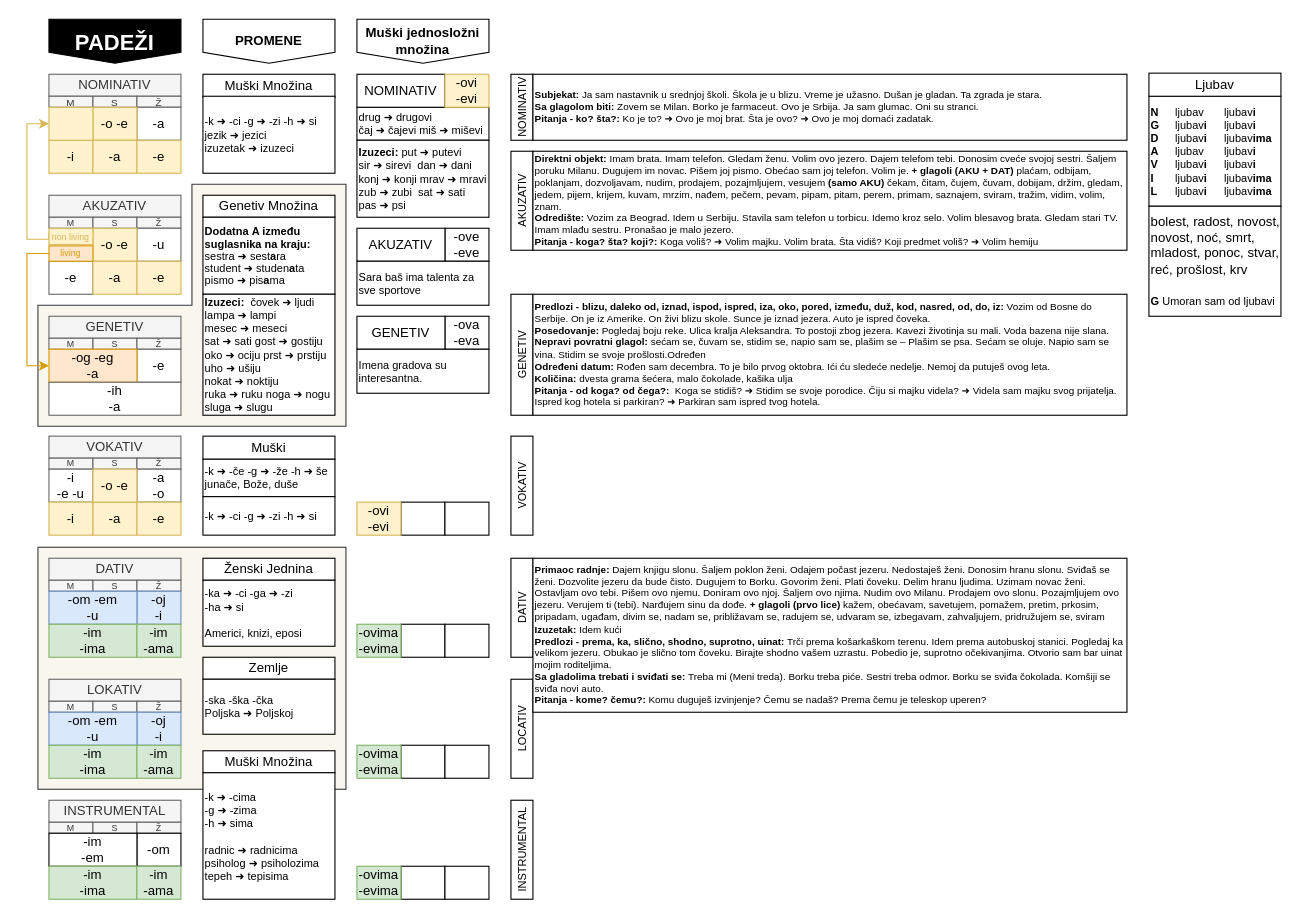
This is padezi.drawio from vlandivir/srpski, a draw.io file, before an edit. Source tidied: cells renumbered, new cells numbered last; positions are measured from the earlier drawing's top-left corner, leaving out a move shared by most shapes. Both pictures are drawn from the tidied source at 110%, with x=0, y=0 at pixel (26, 19).
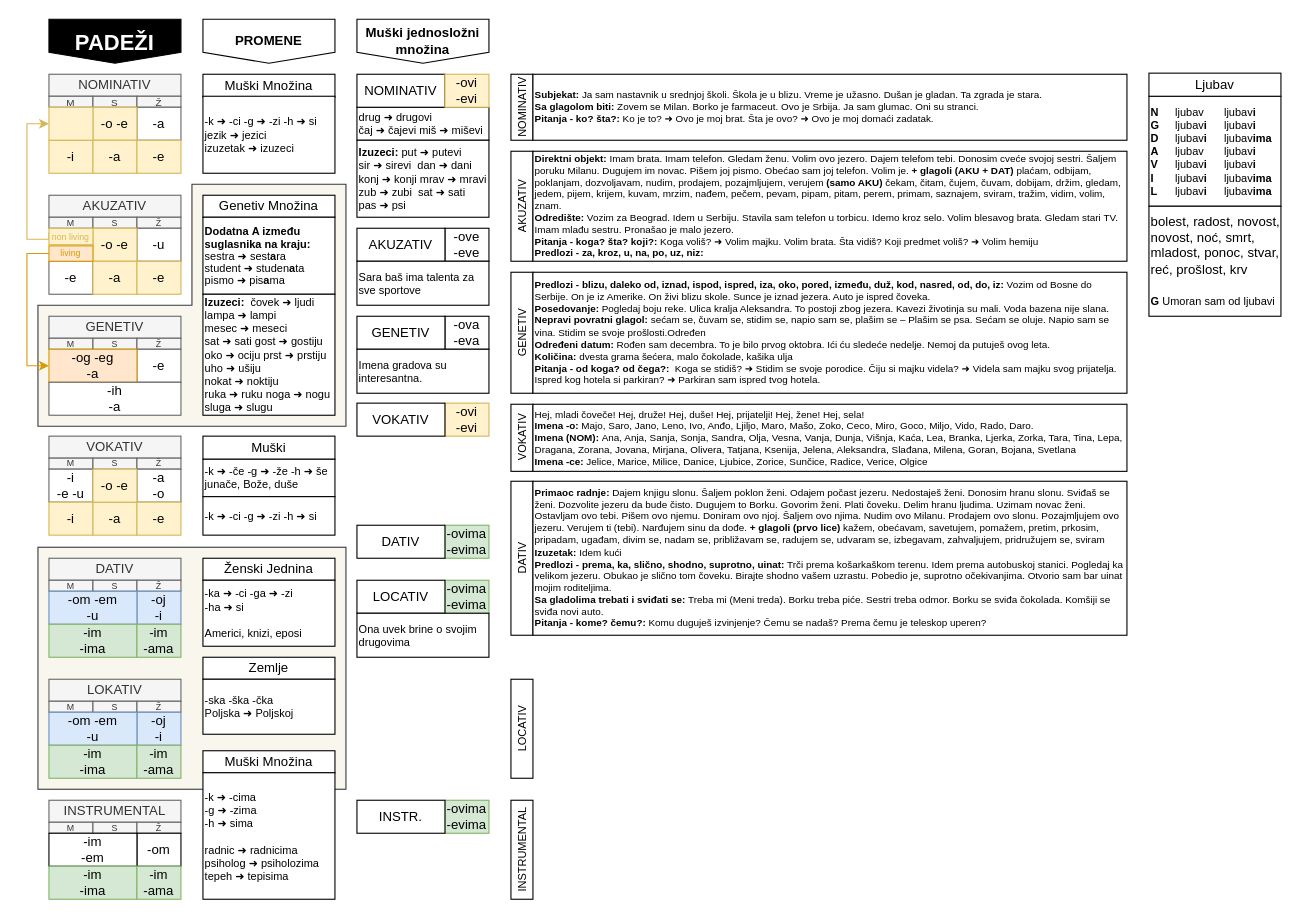
The same diagram, later.

Diff of the diagram source:
```diff
@@
-    <mxCell id="73" style="rounded=0;whiteSpace=wrap;html=1;" parent="1" vertex="1">
-      <mxGeometry x="340" y="439" width="40" height="30" as="geometry" />
-    </mxCell>
-    <mxCell id="74" style="rounded=0;whiteSpace=wrap;html=1;" parent="1" vertex="1">
-      <mxGeometry x="380" y="439" width="40" height="30" as="geometry" />
-    </mxCell>
-    <mxCell id="75" style="rounded=0;whiteSpace=wrap;html=1;" parent="1" vertex="1">
-      <mxGeometry x="340" y="550" width="40" height="30" as="geometry" />
-    </mxCell>
-    <mxCell id="76" style="rounded=0;whiteSpace=wrap;html=1;" parent="1" vertex="1">
-      <mxGeometry x="380" y="550" width="40" height="30" as="geometry" />
-    </mxCell>
-    <mxCell id="77" style="rounded=0;whiteSpace=wrap;html=1;" parent="1" vertex="1">
-      <mxGeometry x="340" y="660" width="40" height="30" as="geometry" />
-    </mxCell>
-    <mxCell id="78" style="rounded=0;whiteSpace=wrap;html=1;" parent="1" vertex="1">
-      <mxGeometry x="380" y="660" width="40" height="30" as="geometry" />
-    </mxCell>
-    <mxCell id="79" style="rounded=0;whiteSpace=wrap;html=1;" parent="1" vertex="1">
-      <mxGeometry x="340" y="770" width="40" height="30" as="geometry" />
-    </mxCell>
-    <mxCell id="80" style="rounded=0;whiteSpace=wrap;html=1;" parent="1" vertex="1">
-      <mxGeometry x="380" y="770" width="40" height="30" as="geometry" />
-    </mxCell>
     <mxCell id="81" value="-ovima&lt;br&gt;-evima" style="rounded=0;whiteSpace=wrap;html=1;fillColor=#d5e8d4;strokeColor=#82b366;" parent="1" vertex="1">
-      <mxGeometry x="300" y="550" width="40" height="30" as="geometry" />
+      <mxGeometry x="380" y="460" width="40" height="30" as="geometry" />
     </mxCell>
     <mxCell id="82" value="-ovima&lt;br&gt;-evima" style="rounded=0;whiteSpace=wrap;html=1;fillColor=#d5e8d4;strokeColor=#82b366;" parent="1" vertex="1">
-      <mxGeometry x="300" y="660" width="40" height="30" as="geometry" />
+      <mxGeometry x="380" y="510" width="40" height="30" as="geometry" />
     </mxCell>
     <mxCell id="83" value="-ovima&lt;br&gt;-evima" style="rounded=0;whiteSpace=wrap;html=1;fillColor=#d5e8d4;strokeColor=#82b366;" parent="1" vertex="1">
-      <mxGeometry x="300" y="770" width="40" height="30" as="geometry" />
+      <mxGeometry x="380" y="710" width="40" height="30" as="geometry" />
     </mxCell>
     <mxCell id="84" value="-ovi&lt;br&gt;-evi" style="rounded=0;whiteSpace=wrap;html=1;fillColor=#fff2cc;strokeColor=#d6b656;" parent="1" vertex="1">
-      <mxGeometry x="300" y="439" width="40" height="30" as="geometry" />
+      <mxGeometry x="380" y="349" width="40" height="30" as="geometry" />
     </mxCell>
@@
     <mxCell id="104" value="AKUZATIV" style="rounded=0;whiteSpace=wrap;html=1;fontSize=10;horizontal=0;" parent="1" vertex="1">
-      <mxGeometry x="440" y="120" width="20" height="90" as="geometry" />
+      <mxGeometry x="440" y="120" width="20" height="100" as="geometry" />
     </mxCell>
     <mxCell id="105" value="GENETIV" style="rounded=0;whiteSpace=wrap;html=1;fontSize=10;horizontal=0;" parent="1" vertex="1">
-      <mxGeometry x="440" y="250" width="20" height="110" as="geometry" />
+      <mxGeometry x="440" y="230" width="20" height="110" as="geometry" />
     </mxCell>
     <mxCell id="106" value="VOKATIV" style="rounded=0;whiteSpace=wrap;html=1;fontSize=10;horizontal=0;" parent="1" vertex="1">
-      <mxGeometry x="440" y="379" width="20" height="90" as="geometry" />
+      <mxGeometry x="440" y="350" width="20" height="61" as="geometry" />
     </mxCell>
     <mxCell id="107" value="DATIV" style="rounded=0;whiteSpace=wrap;html=1;fontSize=10;horizontal=0;" parent="1" vertex="1">
-      <mxGeometry x="440" y="490" width="20" height="90" as="geometry" />
+      <mxGeometry x="440" y="420" width="20" height="140" as="geometry" />
     </mxCell>
@@
     <mxCell id="114" value="&lt;b style=&quot;font-size: 9px;&quot;&gt;Predlozi -&amp;nbsp;&lt;/b&gt;&lt;b&gt;blizu, daleko od, iznad, ispod, ispred, iza, oko, pored, između, duž, kod, nasred, od, do, iz:&lt;/b&gt;&amp;nbsp;Vozim od Bosne do Serbije. On je iz Amerike. On živi blizu skole. Sunce je iznad jezera. Auto je ispred čoveka.&amp;nbsp;&lt;br style=&quot;font-size: 9px;&quot;&gt;&lt;b style=&quot;font-size: 9px;&quot;&gt;Posedovanje: &lt;/b&gt;Pogledaj boju reke. Ulica kralja Aleksandra. To postoji zbog jezera. Kavezi životinja su mali. Voda bazena nije slana.&lt;br style=&quot;font-size: 9px;&quot;&gt;&lt;b style=&quot;font-size: 9px;&quot;&gt;Nepravi povratni glagol: &lt;/b&gt;sećam se, čuvam se, stidim se, napio sam se, plašim se – Plašim se psa. Sećam se oluje. Napio sam se vina. Stidim se svoje prošlosti.Određen&lt;br style=&quot;font-size: 9px;&quot;&gt;&lt;b style=&quot;font-size: 9px;&quot;&gt;Određeni&lt;/b&gt;&amp;nbsp;&lt;b style=&quot;font-size: 9px;&quot;&gt;datum: &lt;/b&gt;Ro&lt;span style=&quot;border-color: var(--border-color); font-size: 9px;&quot;&gt;đen sam decembra. To je bilo prvog oktobra. Ići ću sledeće nedelje. Nemoj da putuješ ovog leta.&lt;br style=&quot;font-size: 9px;&quot;&gt;&lt;/span&gt;&lt;b style=&quot;font-size: 9px;&quot;&gt;Količina:&lt;/b&gt; dvesta grama šećera, malo čokolade, kašika ulja&lt;br style=&quot;font-size: 9px;&quot;&gt;&lt;b style=&quot;font-size: 9px;&quot;&gt;Pitanja - od koga? od čega?:&amp;nbsp; &lt;/b&gt;Koga se stidiš? ➜ Stidim se svoje porodice. Čiju si majku videla? ➜ Videla sam majku svog prijatelja. Ispred kog hotela si parkiran? ➜ Parkiran sam ispred tvog hotela." style="rounded=0;whiteSpace=wrap;html=1;align=left;fontSize=9;" parent="1" vertex="1">
-      <mxGeometry x="460" y="250" width="540" height="110" as="geometry" />
+      <mxGeometry x="460" y="230" width="540" height="110" as="geometry" />
     </mxCell>
@@
     <mxCell id="118" value="&lt;b style=&quot;font-size: 9px;&quot;&gt;Primaoc radnje:&lt;/b&gt;&amp;nbsp;Dajem knjigu slonu. Šaljem poklon ženi. Odajem počast jezeru. Nedostaješ ženi. Donosim hranu slonu. Sviđaš se ženi. Dozvolite jezeru da bude čisto. Dugujem to Borku. Govorim ženi. Plati čoveku. Delim hranu ljudima. Uzimam novac ženi. Ostavljam ovo tebi. Pišem ovo njemu. Doniram ovo njoj. Šaljem ovo njima. Nudim ovo Milanu. Prodajem ovo slonu. Pozajmljujem ovo jezeru. Verujem ti (tebi). Narđujem sinu da dođe. &lt;b&gt;+ glagoli (prvo lice) &lt;/b&gt;kažem, obećavam,&amp;nbsp;savetujem, pomažem, pretim, prkosim, pripadam, ugađam, divim se, nadam se, približavam se, radujem se, udvaram se, izbegavam, zahvaljujem, pridružujem se, sviram&lt;br&gt;&lt;b&gt;Izuzetak: &lt;/b&gt;Idem kući&lt;br&gt;&lt;b&gt;Predlozi -&amp;nbsp;&lt;/b&gt;&lt;b style=&quot;border-color: var(--border-color);&quot;&gt;prema, ka, slično, shodno, suprotno, uinat&lt;/b&gt;&lt;b&gt;: &lt;/b&gt;Trči prema košarkaškom terenu. Idem prema autobuskoj stanici. Pogledaj ka velikom jezeru. Obukao je slično tom čoveku. Birajte shodno vašem uzrastu. Pobedio je, suprotno očekivanjima. Otvorio sam bar uinat mojim roditeljima.&lt;br&gt;&lt;b&gt;Sa gladolima trebati i sviđati se: &lt;/b&gt;Treba mi (Meni treda). Borku treba piće. Sestri treba odmor. Borku se sviđa čokolada. Komšiji se sviđa novi auto.&lt;div&gt;&lt;b style=&quot;border-color: var(--border-color);&quot;&gt;Pitanja - kome? čemu?: &lt;/b&gt;&lt;span style=&quot;border-color: var(--border-color);&quot;&gt;Komu duguješ izvinjenje? Čemu se nadaš? Prema čemu je teleskop uperen?&lt;/span&gt;&lt;br&gt;&lt;/div&gt;" style="rounded=0;whiteSpace=wrap;html=1;align=left;fontSize=9;" parent="1" vertex="1">
-      <mxGeometry x="460" y="490" width="540" height="140" as="geometry" />
+      <mxGeometry x="460" y="420" width="540" height="140" as="geometry" />
     </mxCell>
-    <mxCell id="119" value="&lt;b&gt;Direktni objekt&lt;span style=&quot;font-size: 9px;&quot;&gt;:&lt;/span&gt;&lt;/b&gt;&amp;nbsp;Imam brata. Imam telefon. Gledam ženu. Volim ovo jezero. Dajem telefom tebi. Donosim cveće svojoj sestri. Šaljem poruku Milanu. Dugujem im novac. Pišem joj pismo. Obećao sam joj telefon. Volim je. &lt;b&gt;+ glagoli (AKU + DAT) &lt;/b&gt;plaćam, odbijam, poklanjam, dozvoljavam, nudim, prodajem, pozajmljujem, vesujem &lt;b&gt;(samo AKU) &lt;/b&gt;čekam, čitam, čujem, čuvam, dobijam, držim, gledam, jedem, pijem, krijem, kuvam, mrzim, nađem, pečem, pevam, pipam, pitam, perem, primam, saznajem, sviram, tražim, vidim, volim, znam.&lt;br&gt;&lt;b&gt;Odredište: &lt;/b&gt;Vozim za Beograd. Idem u Serbiju. Stavila sam telefon u torbicu. Idemo kroz selo. Volim blesavog brata. Gledam stari TV. Imam mlađu sestru. Pronašao je malo jezero.&lt;br&gt;&lt;b style=&quot;border-color: var(--border-color);&quot;&gt;Pitanja - koga? šta? koji?:&amp;nbsp;&lt;/b&gt;Koga voliš? ➜ Volim majku. Volim brata. Šta vidiš? Koji predmet voliš? ➜ Volim hemiju" style="rounded=0;whiteSpace=wrap;html=1;align=left;fontSize=9;" parent="1" vertex="1">
-      <mxGeometry x="460" y="120" width="540" height="90" as="geometry" />
+    <mxCell id="119" value="&lt;b&gt;Direktni objekt&lt;span style=&quot;font-size: 9px;&quot;&gt;:&lt;/span&gt;&lt;/b&gt;&amp;nbsp;Imam brata. Imam telefon. Gledam ženu. Volim ovo jezero. Dajem telefom tebi. Donosim cveće svojoj sestri. Šaljem poruku Milanu. Dugujem im novac. Pišem joj pismo. Obećao sam joj telefon. Volim je. &lt;b&gt;+ glagoli (AKU + DAT) &lt;/b&gt;plaćam, odbijam, poklanjam, dozvoljavam, nudim, prodajem, pozajmljujem, verujem &lt;b&gt;(samo AKU) &lt;/b&gt;čekam, čitam, čujem, čuvam, dobijam, držim, gledam, jedem, pijem, krijem, kuvam, mrzim, nađem, pečem, pevam, pipam, pitam, perem, primam, saznajem, sviram, tražim, vidim, volim, znam.&lt;br&gt;&lt;b&gt;Odredište: &lt;/b&gt;Vozim za Beograd. Idem u Serbiju. Stavila sam telefon u torbicu. Idemo kroz selo. Volim blesavog brata. Gledam stari TV. Imam mlađu sestru. Pronašao je malo jezero.&lt;br&gt;&lt;b style=&quot;border-color: var(--border-color);&quot;&gt;Pitanja - koga? šta? koji?:&amp;nbsp;&lt;/b&gt;Koga voliš? ➜ Volim majku. Volim brata. Šta vidiš? Koji predmet voliš? ➜ Volim hemiju&lt;br&gt;&lt;b&gt;Predlozi - za, kroz, u, na, po, uz, niz:&lt;/b&gt;" style="rounded=0;whiteSpace=wrap;html=1;align=left;fontSize=9;" parent="1" vertex="1">
+      <mxGeometry x="460" y="120" width="540" height="100" as="geometry" />
     </mxCell>
@@
+    <mxCell id="121" value="VOKATIV" style="rounded=0;whiteSpace=wrap;html=1;" parent="1" vertex="1">
+      <mxGeometry x="300" y="349" width="80" height="30" as="geometry" />
+    </mxCell>
+    <mxCell id="122" value="DATIV" style="rounded=0;whiteSpace=wrap;html=1;" parent="1" vertex="1">
+      <mxGeometry x="300" y="460" width="80" height="30" as="geometry" />
+    </mxCell>
+    <mxCell id="123" value="LOCATIV" style="rounded=0;whiteSpace=wrap;html=1;" parent="1" vertex="1">
+      <mxGeometry x="300" y="510" width="80" height="30" as="geometry" />
+    </mxCell>
+    <mxCell id="124" value="INSTR." style="rounded=0;whiteSpace=wrap;html=1;" parent="1" vertex="1">
+      <mxGeometry x="300" y="710" width="80" height="30" as="geometry" />
+    </mxCell>
+    <mxCell id="125" value="Ona uvek brine o svojim drugovima" style="rounded=0;whiteSpace=wrap;html=1;align=left;fontSize=10;" parent="1" vertex="1">
+      <mxGeometry x="300" y="540" width="120" height="40" as="geometry" />
+    </mxCell>
+    <mxCell id="126" value="Hej, mladi čoveče! Hej, druže! Hej, duše! Hej, prijatelji! Hej, žene! Hej, sela!&lt;br&gt;&lt;b&gt;Imena -o: &lt;/b&gt;Majo, Saro, Jano, Leno, Ivo, Anđo, Ljiljo, Maro, Mašo, Zoko, Ceco, Miro, Goco, Miljo, Vido, Rado, Daro.&lt;br&gt;&lt;b style=&quot;border-color: var(--border-color);&quot;&gt;Imena (NOM): &lt;/b&gt;&lt;span style=&quot;border-color: var(--border-color);&quot;&gt;Ana, Anja, Sanja, Sonja, Sandra, Olja, Vesna, Vanja, Dunja, Višnja, Kaća, Lea, Branka, Ljerka, Zorka, Tara, Tina, Lepa, Dragana, Zorana, Jovana, Mirjana, Olivera, Tatjana, Ksenija, Jelena, Aleksandra, Sla&lt;/span&gt;đana, Milena, Goran, Bojana, Svetlana&lt;br&gt;&lt;b style=&quot;border-color: var(--border-color);&quot;&gt;Imena -ce: &lt;/b&gt;&lt;span style=&quot;border-color: var(--border-color);&quot;&gt;Jelice, Marice, Milice, Danice, Ljubice, Zorice, Sunčice, Radice, Verice, Olgice&lt;/span&gt;" style="rounded=0;whiteSpace=wrap;html=1;align=left;fontSize=9;" parent="1" vertex="1">
+      <mxGeometry x="460" y="350" width="540" height="61" as="geometry" />
+    </mxCell>
```
